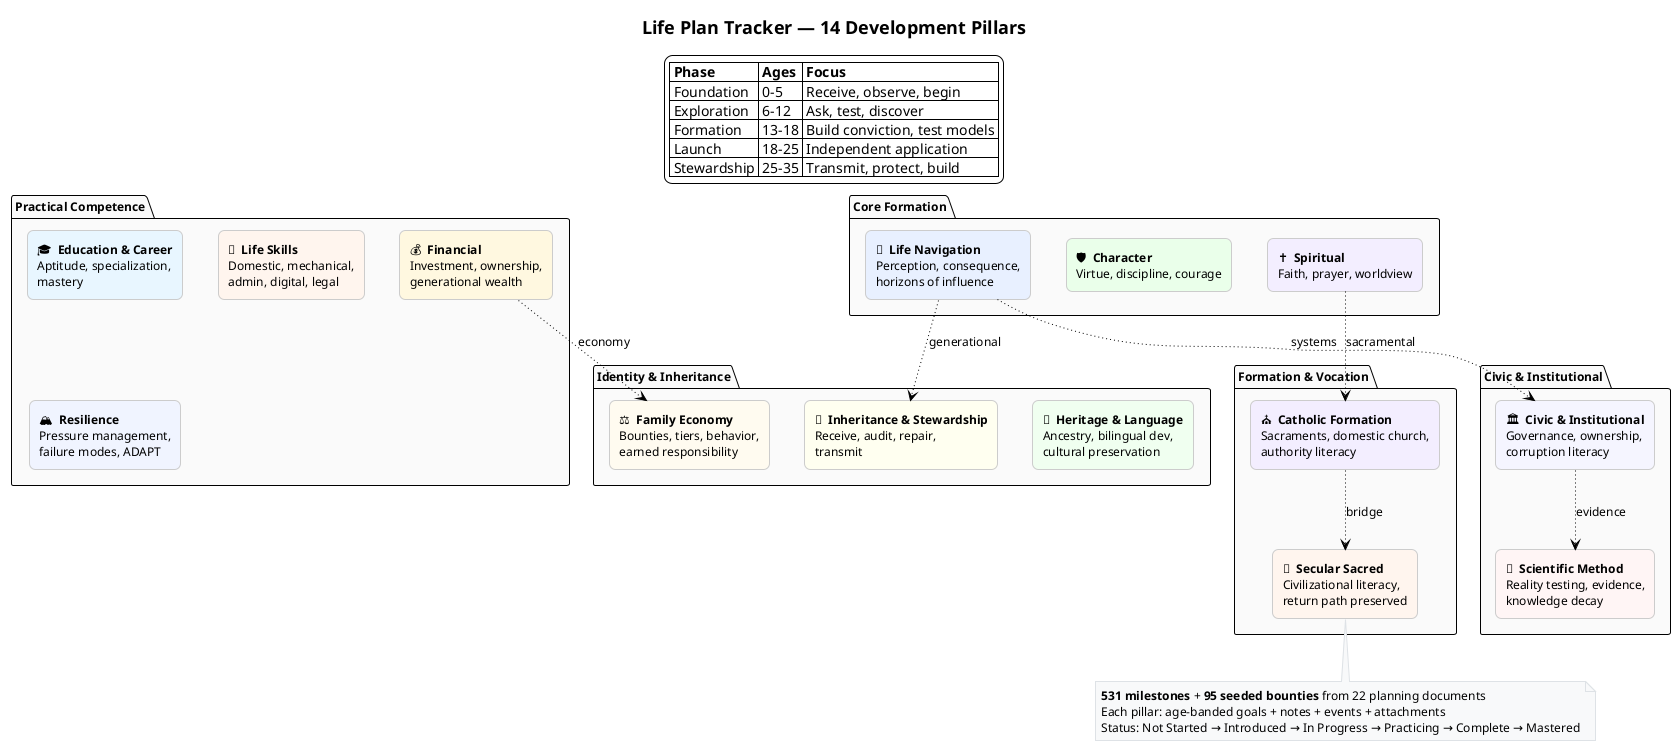
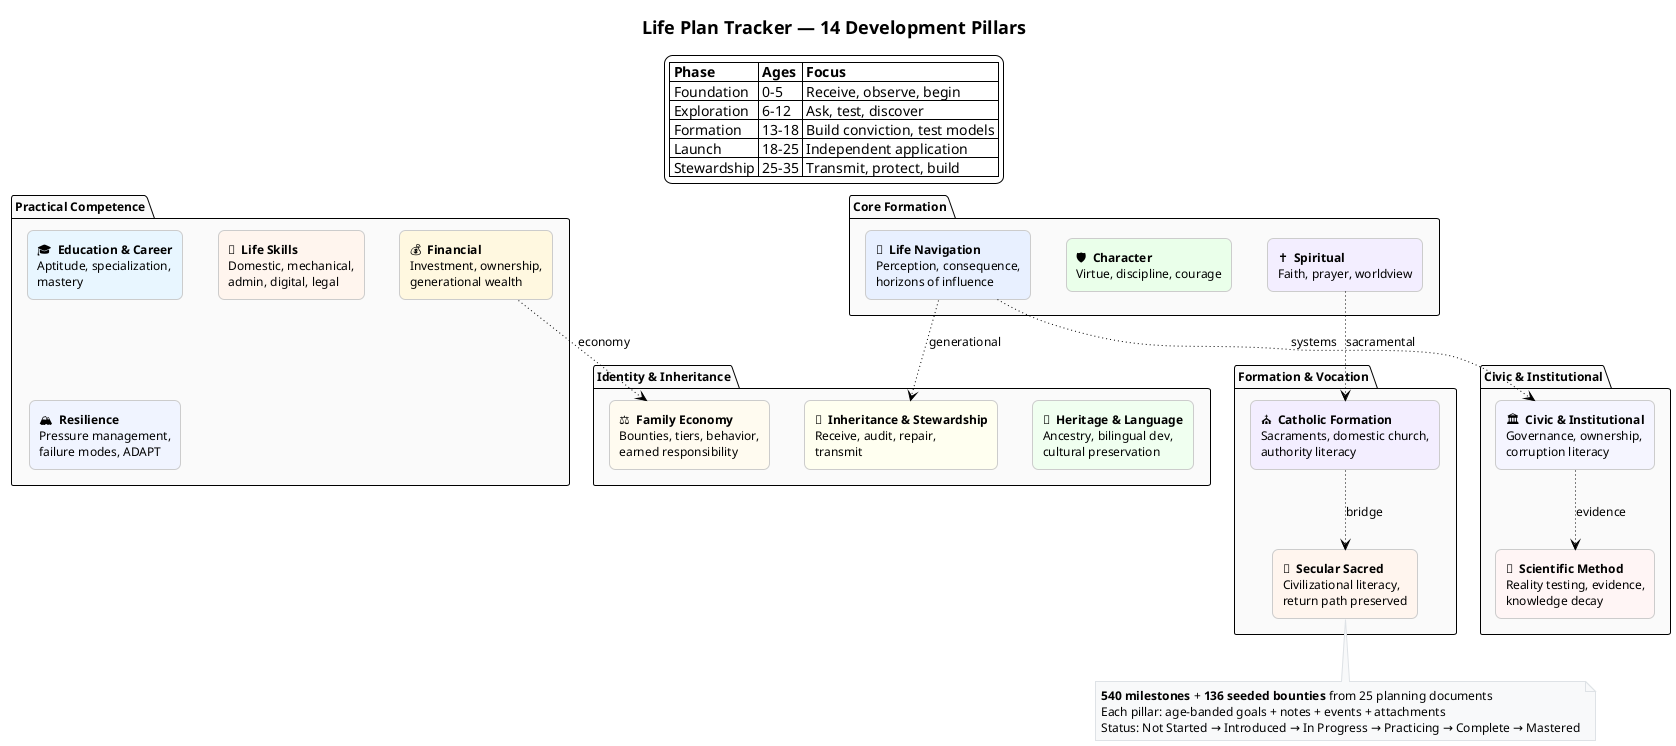
@startuml pillars_all
!theme plain
skinparam backgroundColor #FFFFFF
skinparam defaultFontSize 12
skinparam defaultFontName "Segoe UI, Helvetica, Arial, sans-serif"
skinparam titleFontSize 18
skinparam titleFontStyle bold
skinparam rectangle {
  roundCorner 12
  shadowing false
  borderColor #CCCCCC
}
skinparam note {
  backgroundColor #F8F9FA
  borderColor #DEE2E6
}

title Life Plan Tracker — 14 Development Pillars

legend top center
  |= Phase |= Ages |= Focus |
  | Foundation | 0–5 | Receive, observe, begin |
  | Exploration | 6–12 | Ask, test, discover |
  | Formation | 13–18 | Build conviction, test models |
  | Launch | 18–25 | Independent application |
  | Stewardship | 25–35 | Transmit, protect, build |
end legend

package "Core Formation" as core #FAFAFA {
  rectangle "✝️  **Spiritual**\nFaith, prayer, worldview" as sp #F3EEFF
  rectangle "🛡️  **Character**\nVirtue, discipline, courage" as ch #EAFFEA
  rectangle "🧭  **Life Navigation**\nPerception, consequence,\nhorizons of influence" as dn #E8F0FF
}

package "Practical Competence" as prac #FAFAFA {
  rectangle "💰  **Financial**\nInvestment, ownership,\ngenerational wealth" as fi #FFF8E0
  rectangle "🎓  **Education & Career**\nAptitude, specialization,\nmastery" as ed #E8F6FF
  rectangle "🔧  **Life Skills**\nDomestic, mechanical,\nadmin, digital, legal" as ls #FFF5EE
  rectangle "🏔️  **Resilience**\nPressure management,\nfailure modes, ADAPT" as re #F0F4FF
}

package "Identity & Inheritance" as ident #FAFAFA {
  rectangle "🌳  **Heritage & Language**\nAncestry, bilingual dev,\ncultural preservation" as he #F0FFF0
  rectangle "📜  **Inheritance & Stewardship**\nReceive, audit, repair,\ntransmit" as is_ #FFFFF0
  rectangle "⚖️  **Family Economy**\nBounties, tiers, behavior,\nearned responsibility" as ec #FFFBF0
}

package "Civic & Institutional" as civic #FAFAFA {
  rectangle "🏛️  **Civic & Institutional**\nGovernance, ownership,\ncorruption literacy" as ci #F5F5FF
  rectangle "🔬  **Scientific Method**\nReality testing, evidence,\nknowledge decay" as sm #FFF5F5
}

package "Formation & Vocation" as form #FAFAFA {
  rectangle "⛪  **Catholic Formation**\nSacraments, domestic church,\nauthority literacy" as cf #F3EEFF
  rectangle "🌅  **Secular Sacred**\nCivilizational literacy,\nreturn path preserved" as ss #FFF5EE
}

' Relationships (subtle)
dn -[dotted]-> ci : systems
dn -[dotted]-> is_ : generational
sp -[dotted]-> cf : sacramental
cf -[dotted]-> ss : bridge
fi -[dotted]-> ec : economy
ci -[dotted]-> sm : evidence

note bottom
-   **531 milestones** + **95 seeded bounties** from 22 planning documents
+   **540 milestones** + **136 seeded bounties** from 25 planning documents
  Each pillar: age-banded goals + notes + events + attachments
  Status: Not Started → Introduced → In Progress → Practicing → Complete → Mastered
end note
@enduml
